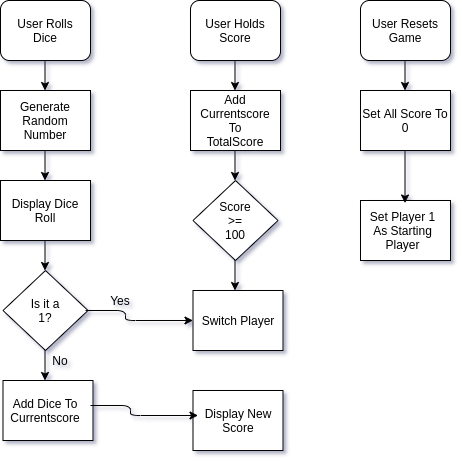
Before: FlowChart.png, a diagram exported from draw.io (gyawali9/Simple-Dice-Multiplayer-JavaScript). Source tidied: cells renumbered, new cells last; positions are measured from the earlier drawing's top-left corner, leaving out a move shared by most shapes.
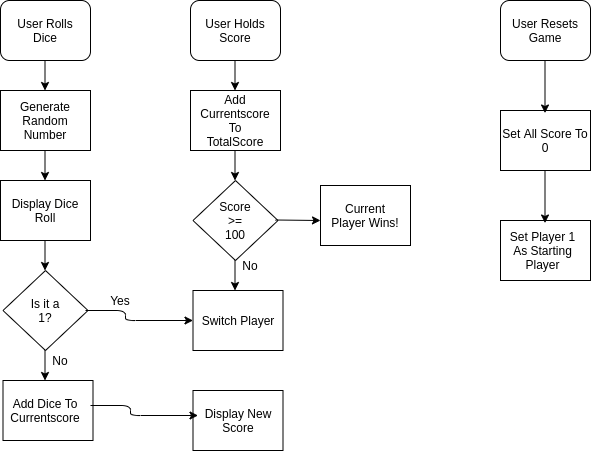
The same diagram one commit later.

Commit message:
Flowchart of dice game

Diff of the diagram source:
```diff
@@ -1,4 +1,4 @@
-<mxGraphModel background="#ffffff" shadow="1">
+<mxGraphModel background="#ffffff">
   <root>
     <mxCell id="0" />
     <mxCell id="1" parent="0" />
@@ -54,7 +54,7 @@
       <mxGeometry x="190" width="90" height="60" as="geometry" />
     </mxCell>
     <mxCell id="16" style="rounded=1;whiteSpace=wrap;html=1;" parent="1" vertex="1">
-      <mxGeometry x="360" width="90" height="60" as="geometry" />
+      <mxGeometry x="500" width="90" height="60" as="geometry" />
     </mxCell>
     <mxCell id="17" value="User Holds Score" style="text;html=1;strokeColor=none;fillColor=none;align=center;verticalAlign=middle;whiteSpace=wrap;rounded=0;" parent="1" vertex="1">
       <mxGeometry x="200" y="10" width="70" height="40" as="geometry" />
@@ -99,7 +99,7 @@
       </mxGeometry>
     </mxCell>
     <mxCell id="27" style="rounded=0;whiteSpace=wrap;html=1;" parent="1" vertex="1">
-      <mxGeometry x="360" y="200" width="90" height="60" as="geometry" />
+      <mxGeometry x="500" y="220" width="90" height="60" as="geometry" />
     </mxCell>
     <mxCell id="28" style="endArrow=classic;html=1;entryX=0;entryY=0.5;entryDx=0;entryDy=0;" parent="1" edge="1" target="24">
       <mxGeometry relative="1" as="geometry">
@@ -111,28 +111,22 @@
       </mxGeometry>
     </mxCell>
     <mxCell id="29" value="User Resets Game" style="text;html=1;strokeColor=none;fillColor=none;align=center;verticalAlign=middle;whiteSpace=wrap;rounded=0;" parent="1" vertex="1">
-      <mxGeometry x="370" y="10" width="70" height="40" as="geometry" />
+      <mxGeometry x="510" y="10" width="70" height="40" as="geometry" />
     </mxCell>
     <mxCell id="30" style="rounded=0;whiteSpace=wrap;html=1;" parent="1" vertex="1">
-      <mxGeometry x="360" y="90" width="90" height="60" as="geometry" />
+      <mxGeometry x="500" y="110" width="90" height="60" as="geometry" />
     </mxCell>
-    <mxCell id="31" style="endArrow=classic;html=1;" parent="1" edge="1">
-      <mxGeometry relative="1" as="geometry">
-        <mxPoint x="404.5" y="60" as="sourcePoint" />
-        <mxPoint x="404.5" y="90" as="targetPoint" />
-      </mxGeometry>
-    </mxCell>
     <mxCell id="32" value="Set All Score To 0" style="text;html=1;strokeColor=none;fillColor=none;align=center;verticalAlign=middle;whiteSpace=wrap;rounded=0;" parent="1" vertex="1">
-      <mxGeometry x="360" y="95" width="90" height="50" as="geometry" />
+      <mxGeometry x="500" y="115" width="90" height="50" as="geometry" />
     </mxCell>
     <mxCell id="33" style="endArrow=classic;html=1;" parent="1" edge="1">
       <mxGeometry relative="1" as="geometry">
-        <mxPoint x="404.5" y="150" as="sourcePoint" />
-        <mxPoint x="404.5" y="202.5" as="targetPoint" />
+        <mxPoint x="544.5" y="60" as="sourcePoint" />
+        <mxPoint x="544.5" y="112.5" as="targetPoint" />
       </mxGeometry>
     </mxCell>
     <mxCell id="34" value="Set Player 1 As Starting Player" style="text;html=1;strokeColor=none;fillColor=none;align=center;verticalAlign=middle;whiteSpace=wrap;rounded=0;" parent="1" vertex="1">
-      <mxGeometry x="365" y="205" width="75" height="50" as="geometry" />
+      <mxGeometry x="505" y="225" width="75" height="50" as="geometry" />
     </mxCell>
     <mxCell id="35" style="rounded=0;whiteSpace=wrap;html=1;" parent="1" vertex="1">
       <mxGeometry x="192.5" y="390" width="90" height="60" as="geometry" />
@@ -159,5 +153,26 @@
         </Array>
       </mxGeometry>
     </mxCell>
+    <mxCell id="41" value="No" style="text;html=1;strokeColor=none;fillColor=none;align=center;verticalAlign=middle;whiteSpace=wrap;rounded=0;" parent="1" vertex="1">
+      <mxGeometry x="230" y="255" width="40" height="20" as="geometry" />
+    </mxCell>
+    <mxCell id="42" style="endArrow=classic;html=1;" parent="1" edge="1">
+      <mxGeometry relative="1" as="geometry">
+        <mxPoint x="275" y="219.5" as="sourcePoint" />
+        <mxPoint x="320" y="220" as="targetPoint" />
+      </mxGeometry>
+    </mxCell>
+    <mxCell id="43" style="rounded=0;whiteSpace=wrap;html=1;" parent="1" vertex="1">
+      <mxGeometry x="320" y="185" width="90" height="60" as="geometry" />
+    </mxCell>
+    <mxCell id="44" value="Current Player Wins!" style="text;html=1;strokeColor=none;fillColor=none;align=center;verticalAlign=middle;whiteSpace=wrap;rounded=0;" parent="1" vertex="1">
+      <mxGeometry x="330" y="195" width="70" height="40" as="geometry" />
+    </mxCell>
+    <mxCell id="45" style="endArrow=classic;html=1;" parent="1" edge="1">
+      <mxGeometry relative="1" as="geometry">
+        <mxPoint x="544.5" y="170" as="sourcePoint" />
+        <mxPoint x="544.5" y="222.5" as="targetPoint" />
+      </mxGeometry>
+    </mxCell>
   </root>
 </mxGraphModel>
```
